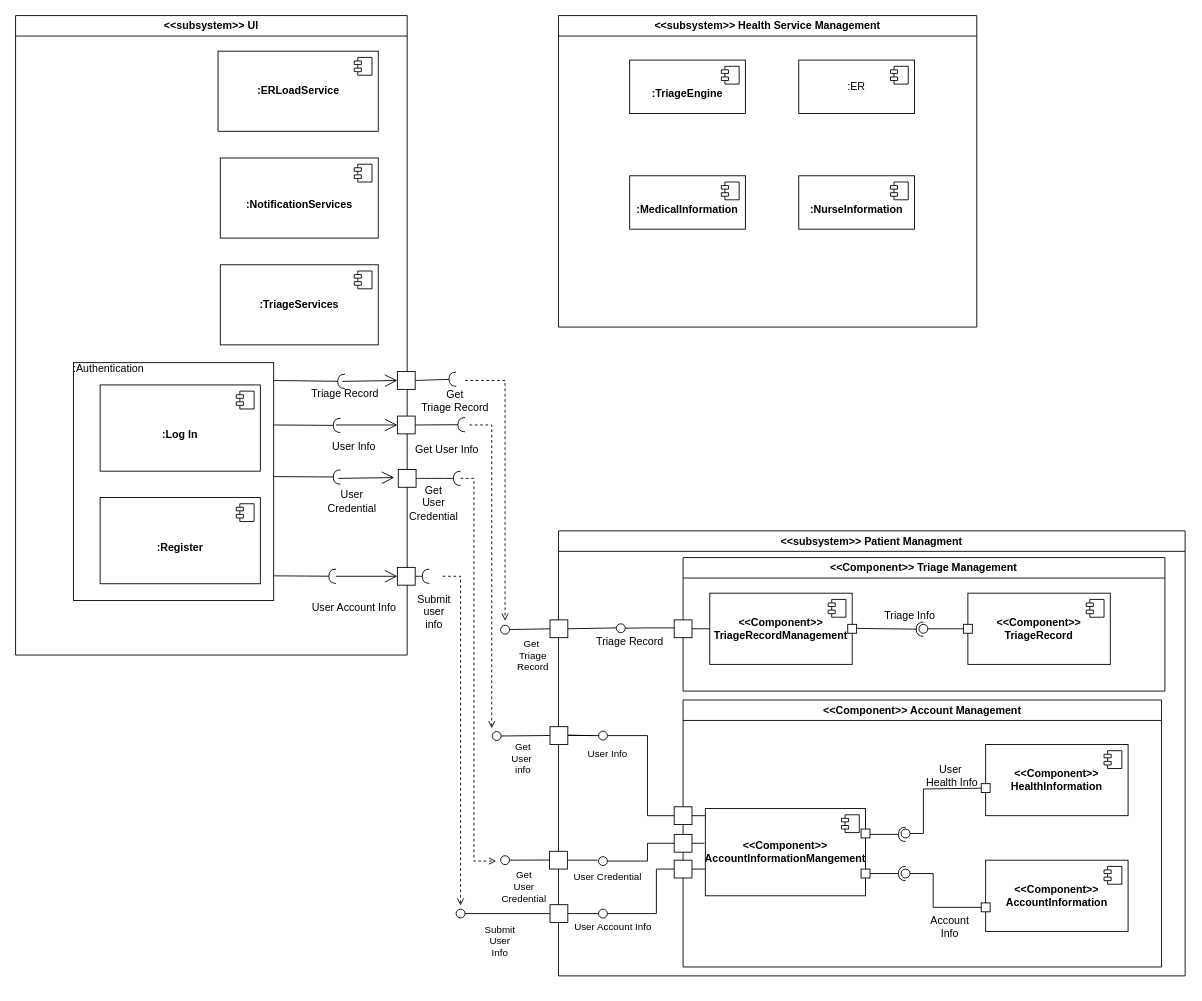
The draw.io diagram Usecases/C&C_patient_management.drawio in uvic-teach/project-m1-team8, before the edit. Source tidied: cells renumbered, new cells numbered last; positions are measured from the earlier drawing's top-left corner, leaving out a move shared by most shapes. Both pictures are drawn from the tidied source at 89%, with x=0, y=0 at pixel (15, 15).
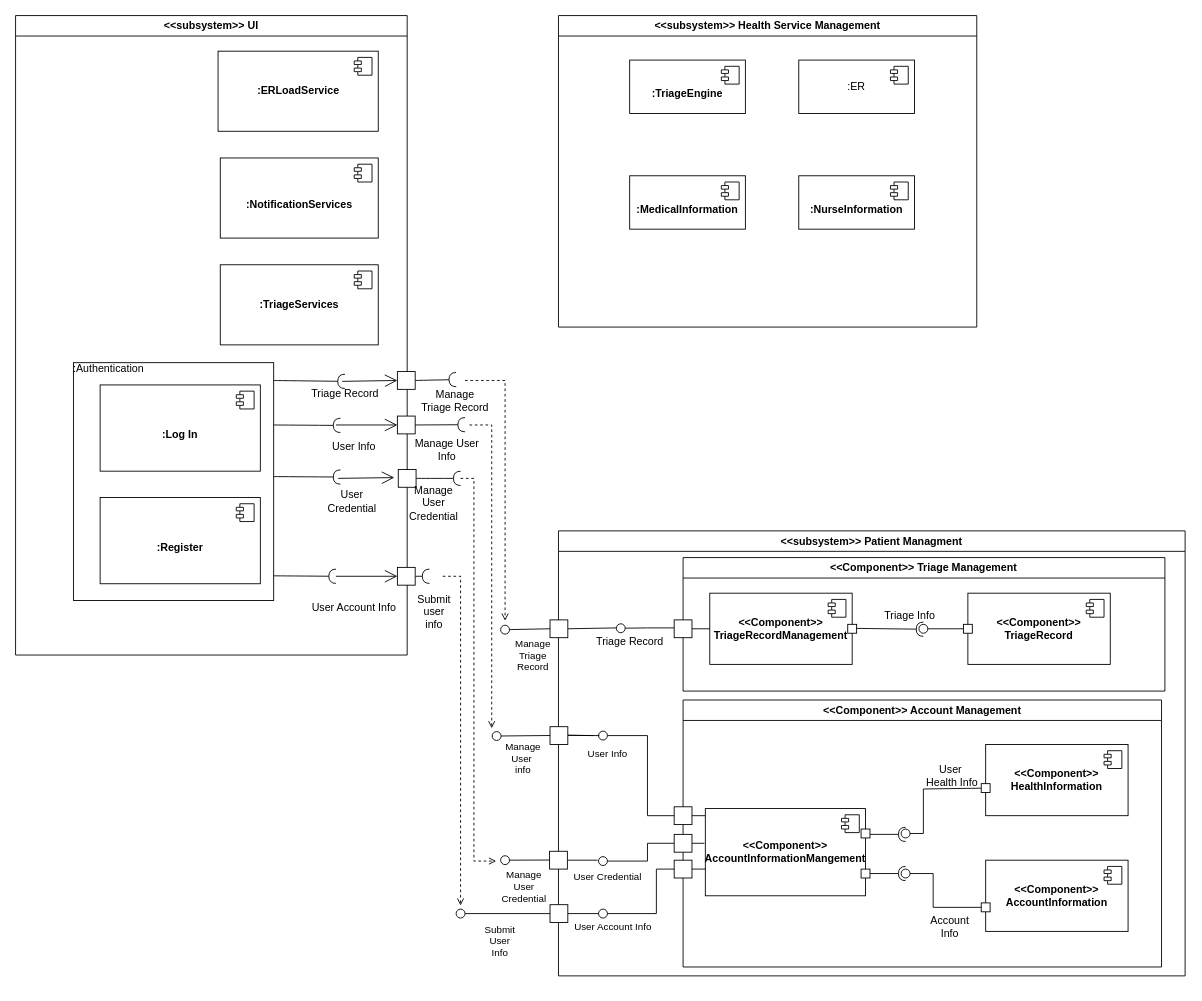
The same diagram, later.

Unchanged cells that the change refers to:
```xml
<mxCell id="4" value="&amp;lt;&amp;lt;subsystem&amp;gt;&amp;gt; UI" style="swimlane;whiteSpace=wrap;html=1;" parent="1" vertex="1">
  <mxGeometry width="440" height="718.5" as="geometry" />
</mxCell>
<mxCell id="33" style="rounded=0;whiteSpace=wrap;html=1;" parent="4" vertex="1">
  <mxGeometry x="429" y="400" width="20" height="20" as="geometry" />
</mxCell>
<mxCell id="54" style="endArrow=oval;html=1;rounded=0;endFill=0;endSize=10;" parent="47" edge="1">
  <mxGeometry relative="1" as="geometry">
    <mxPoint y="369.8" as="sourcePoint" />
    <mxPoint x="-60" y="370" as="targetPoint" />
  </mxGeometry>
</mxCell>
<mxCell id="64" style="endArrow=oval;html=1;rounded=0;endFill=0;endSize=10;" parent="47" edge="1">
  <mxGeometry relative="1" as="geometry">
    <mxPoint x="0.5" y="229.8" as="sourcePoint" />
    <mxPoint x="-69.5" y="230.5" as="targetPoint" />
  </mxGeometry>
</mxCell>
<mxCell id="116" style="endArrow=oval;html=1;rounded=0;endFill=0;endSize=10;exitX=0;exitY=0.5;exitDx=0;exitDy=0;" parent="1" edge="1" source="63">
  <mxGeometry relative="1" as="geometry">
    <mxPoint x="550" y="690" as="targetPoint" />
  </mxGeometry>
</mxCell>
```

Change to the diagram source:
```diff
@@
     <mxCell id="26" style="rounded=0;jettySize=auto;html=1;endArrow=halfCircle;endFill=0;endSize=6;strokeWidth=1;sketch=0;fontSize=12;curved=1;exitX=1;exitY=0.5;exitDx=0;exitDy=0;" parent="4" edge="1" source="33">
       <mxGeometry relative="1" as="geometry">
-        <mxPoint x="495" y="408.5" as="targetPoint" />
+        <mxPoint x="495" y="409" as="targetPoint" />
       </mxGeometry>
     </mxCell>
@@
-    <mxCell id="55" value="Get &lt;br&gt;User&lt;br&gt;Credential" style="edgeLabel;html=1;align=center;verticalAlign=middle;" parent="54" vertex="1">
+    <mxCell id="55" value="Manage&lt;br&gt;User&lt;br&gt;Credential" style="edgeLabel;html=1;align=center;verticalAlign=middle;" parent="54" vertex="1">
       <mxGeometry x="0.08" relative="1" as="geometry">
         <mxPoint x="-8" y="30" as="offset" />
       </mxGeometry>
     </mxCell>
@@
-    <mxCell id="65" value="Get&lt;br&gt;User&amp;nbsp;&lt;br&gt;info" style="edgeLabel;html=1;align=center;verticalAlign=middle;" parent="64" vertex="1">
+    <mxCell id="65" value="Manage&lt;br&gt;User&amp;nbsp;&lt;br&gt;info" style="edgeLabel;html=1;align=center;verticalAlign=middle;" parent="64" vertex="1">
       <mxGeometry x="0.08" relative="1" as="geometry">
         <mxPoint x="-3" y="25" as="offset" />
       </mxGeometry>
     </mxCell>
@@
-    <mxCell id="105" value="Get&lt;br&gt;User&lt;br&gt;Credential" style="text;html=1;strokeColor=none;fillColor=none;align=center;verticalAlign=middle;whiteSpace=wrap;rounded=0;" parent="1" vertex="1">
+    <mxCell id="105" value="Manage&lt;br&gt;User&lt;br&gt;Credential" style="text;html=1;strokeColor=none;fillColor=none;align=center;verticalAlign=middle;whiteSpace=wrap;rounded=0;" parent="1" vertex="1">
       <mxGeometry x="440" y="533" width="60" height="30" as="geometry" />
     </mxCell>
@@
-    <mxCell id="114" value="Get User Info" style="text;html=1;strokeColor=none;fillColor=none;align=center;verticalAlign=middle;whiteSpace=wrap;rounded=0;" parent="1" vertex="1">
+    <mxCell id="114" value="Manage User Info" style="text;html=1;strokeColor=none;fillColor=none;align=center;verticalAlign=middle;whiteSpace=wrap;rounded=0;" parent="1" vertex="1">
       <mxGeometry x="440" y="475" width="90" height="25" as="geometry" />
     </mxCell>
-    <mxCell id="115" value="Get&lt;br&gt;Triage Record" style="text;html=1;strokeColor=none;fillColor=none;align=center;verticalAlign=middle;whiteSpace=wrap;rounded=0;" parent="1" vertex="1">
+    <mxCell id="115" value="Manage&lt;br&gt;Triage Record" style="text;html=1;strokeColor=none;fillColor=none;align=center;verticalAlign=middle;whiteSpace=wrap;rounded=0;" parent="1" vertex="1">
       <mxGeometry x="449" y="420" width="90" height="25" as="geometry" />
     </mxCell>
@@
-    <mxCell id="117" value="Get&amp;nbsp;&lt;br&gt;Triage&lt;br&gt;Record" style="edgeLabel;html=1;align=center;verticalAlign=middle;" parent="116" vertex="1">
+    <mxCell id="117" value="Manage &lt;br&gt;Triage&lt;br&gt;Record" style="edgeLabel;html=1;align=center;verticalAlign=middle;" parent="116" vertex="1">
       <mxGeometry x="0.08" relative="1" as="geometry">
         <mxPoint x="7" y="29" as="offset" />
       </mxGeometry>
     </mxCell>
```
